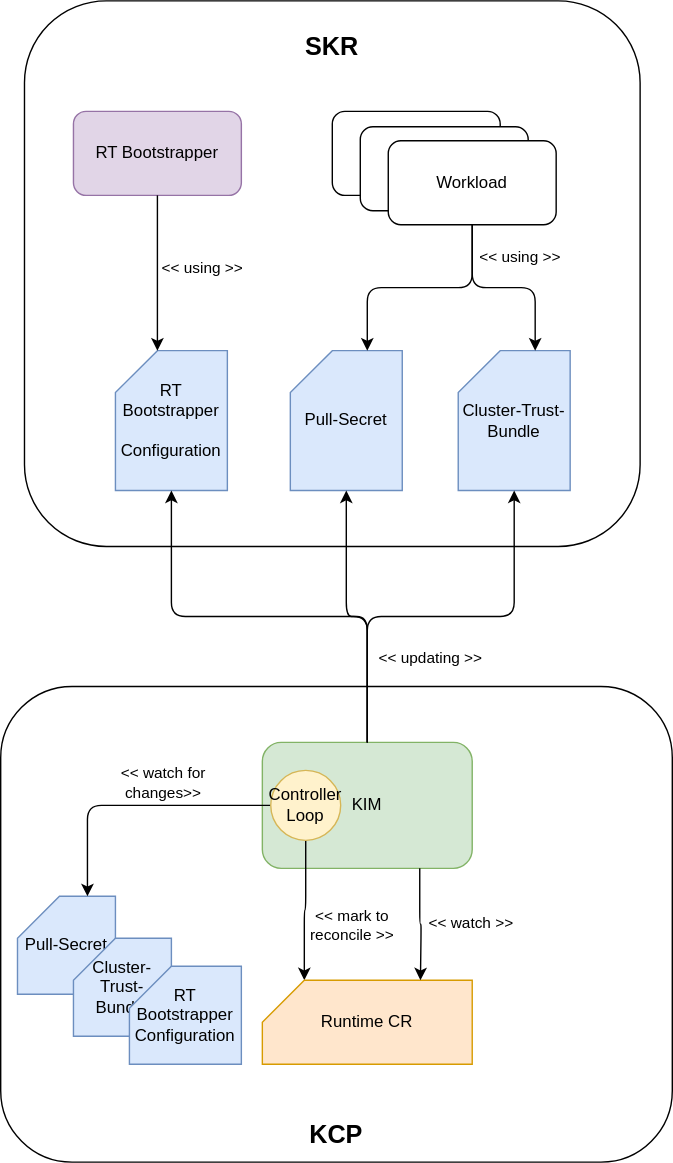
The draw.io diagram docs/contributor/assets/old-arch-rt-bootstrapper.drawio.svg in akgalwas/rt-bootstrapper, before a commit. Source tidied: cells renumbered, new cells last; positions are measured from the earlier drawing's top-left corner, leaving out a move shared by most shapes.
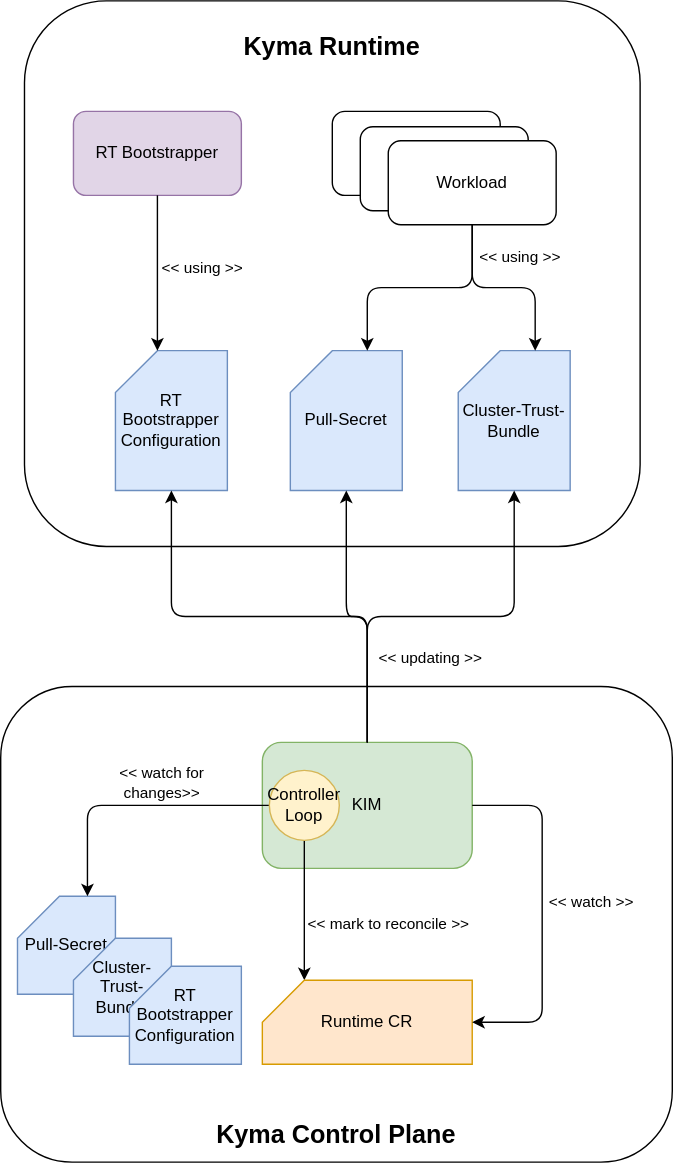
After the change.

Commit message:
Fix style issues in diagram

Change to the diagram source:
```diff
@@ -2,19 +2,19 @@
   <root>
     <mxCell id="0" />
     <mxCell id="1" parent="0" />
-    <mxCell id="2" value="&lt;div&gt;&lt;br&gt;&lt;/div&gt;&lt;div&gt;&lt;br&gt;&lt;/div&gt;&lt;div&gt;&lt;br&gt;&lt;/div&gt;&lt;div&gt;&lt;br&gt;&lt;/div&gt;&lt;div&gt;&lt;br&gt;&lt;/div&gt;&lt;div&gt;&lt;br&gt;&lt;/div&gt;&lt;div&gt;&lt;br&gt;&lt;/div&gt;&lt;div&gt;&lt;br&gt;&lt;/div&gt;&lt;div&gt;&lt;br&gt;&lt;/div&gt;&lt;div&gt;&lt;br&gt;&lt;/div&gt;&lt;div&gt;&lt;br&gt;&lt;/div&gt;&lt;div&gt;&lt;br&gt;&lt;/div&gt;&lt;div&gt;&lt;br&gt;&lt;/div&gt;&lt;div&gt;&lt;br&gt;&lt;/div&gt;&lt;div&gt;&lt;br&gt;&lt;/div&gt;&lt;div&gt;&lt;br&gt;&lt;/div&gt;&lt;div&gt;&lt;br&gt;&lt;/div&gt;&lt;div&gt;&lt;br&gt;&lt;/div&gt;&lt;div&gt;&lt;br&gt;&lt;/div&gt;&lt;div&gt;&lt;br&gt;&lt;/div&gt;&lt;div&gt;&lt;br&gt;&lt;/div&gt;&lt;div&gt;&lt;font style=&quot;font-size: 18px;&quot;&gt;&lt;b style=&quot;&quot;&gt;KCP&lt;/b&gt;&lt;/font&gt;&lt;/div&gt;" style="rounded=1;whiteSpace=wrap;html=1;" parent="1" vertex="1">
+    <mxCell id="2" value="&lt;div&gt;&lt;br&gt;&lt;/div&gt;&lt;div&gt;&lt;br&gt;&lt;/div&gt;&lt;div&gt;&lt;br&gt;&lt;/div&gt;&lt;div&gt;&lt;br&gt;&lt;/div&gt;&lt;div&gt;&lt;br&gt;&lt;/div&gt;&lt;div&gt;&lt;br&gt;&lt;/div&gt;&lt;div&gt;&lt;br&gt;&lt;/div&gt;&lt;div&gt;&lt;br&gt;&lt;/div&gt;&lt;div&gt;&lt;br&gt;&lt;/div&gt;&lt;div&gt;&lt;br&gt;&lt;/div&gt;&lt;div&gt;&lt;br&gt;&lt;/div&gt;&lt;div&gt;&lt;br&gt;&lt;/div&gt;&lt;div&gt;&lt;br&gt;&lt;/div&gt;&lt;div&gt;&lt;br&gt;&lt;/div&gt;&lt;div&gt;&lt;br&gt;&lt;/div&gt;&lt;div&gt;&lt;br&gt;&lt;/div&gt;&lt;div&gt;&lt;br&gt;&lt;/div&gt;&lt;div&gt;&lt;br&gt;&lt;/div&gt;&lt;div&gt;&lt;br&gt;&lt;/div&gt;&lt;div&gt;&lt;br&gt;&lt;/div&gt;&lt;div&gt;&lt;br&gt;&lt;/div&gt;&lt;div&gt;&lt;font style=&quot;font-size: 18px;&quot;&gt;&lt;b style=&quot;&quot;&gt;Kyma Control Plane&lt;/b&gt;&lt;/font&gt;&lt;/div&gt;" style="rounded=1;whiteSpace=wrap;html=1;" parent="1" vertex="1">
       <mxGeometry y="490" width="480" height="340" as="geometry" />
     </mxCell>
     <mxCell id="3" value="KIM" style="rounded=1;whiteSpace=wrap;html=1;fillColor=#d5e8d4;strokeColor=#82b366;" parent="1" vertex="1">
       <mxGeometry x="187" y="530" width="150" height="90" as="geometry" />
     </mxCell>
-    <mxCell id="4" value="&lt;b&gt;&lt;font style=&quot;font-size: 18px;&quot;&gt;SKR&lt;/font&gt;&lt;/b&gt;&lt;div&gt;&lt;b&gt;&lt;font style=&quot;font-size: 18px;&quot;&gt;&lt;br&gt;&lt;/font&gt;&lt;/b&gt;&lt;/div&gt;&lt;div&gt;&lt;b&gt;&lt;font style=&quot;font-size: 18px;&quot;&gt;&lt;br&gt;&lt;/font&gt;&lt;/b&gt;&lt;/div&gt;&lt;div&gt;&lt;b&gt;&lt;font style=&quot;font-size: 18px;&quot;&gt;&lt;br&gt;&lt;/font&gt;&lt;/b&gt;&lt;/div&gt;&lt;div&gt;&lt;b&gt;&lt;font style=&quot;font-size: 18px;&quot;&gt;&lt;br&gt;&lt;/font&gt;&lt;/b&gt;&lt;/div&gt;&lt;div&gt;&lt;b&gt;&lt;font style=&quot;font-size: 18px;&quot;&gt;&lt;br&gt;&lt;/font&gt;&lt;/b&gt;&lt;/div&gt;&lt;div&gt;&lt;b&gt;&lt;font style=&quot;font-size: 18px;&quot;&gt;&lt;br&gt;&lt;/font&gt;&lt;/b&gt;&lt;/div&gt;&lt;div&gt;&lt;b&gt;&lt;font style=&quot;font-size: 18px;&quot;&gt;&lt;br&gt;&lt;/font&gt;&lt;/b&gt;&lt;/div&gt;&lt;div&gt;&lt;b&gt;&lt;font style=&quot;font-size: 18px;&quot;&gt;&lt;br&gt;&lt;/font&gt;&lt;/b&gt;&lt;/div&gt;&lt;div&gt;&lt;b&gt;&lt;font style=&quot;font-size: 18px;&quot;&gt;&lt;br&gt;&lt;/font&gt;&lt;/b&gt;&lt;/div&gt;&lt;div&gt;&lt;b&gt;&lt;font style=&quot;font-size: 18px;&quot;&gt;&lt;br&gt;&lt;/font&gt;&lt;/b&gt;&lt;/div&gt;&lt;div&gt;&lt;b&gt;&lt;font style=&quot;font-size: 18px;&quot;&gt;&lt;br&gt;&lt;/font&gt;&lt;/b&gt;&lt;/div&gt;&lt;div&gt;&lt;b&gt;&lt;font style=&quot;font-size: 18px;&quot;&gt;&lt;br&gt;&lt;/font&gt;&lt;/b&gt;&lt;/div&gt;&lt;div&gt;&lt;b&gt;&lt;font style=&quot;font-size: 18px;&quot;&gt;&lt;br&gt;&lt;/font&gt;&lt;/b&gt;&lt;/div&gt;&lt;div&gt;&lt;b&gt;&lt;font style=&quot;font-size: 18px;&quot;&gt;&lt;br&gt;&lt;/font&gt;&lt;/b&gt;&lt;/div&gt;&lt;div&gt;&lt;b&gt;&lt;font style=&quot;font-size: 18px;&quot;&gt;&lt;br&gt;&lt;/font&gt;&lt;/b&gt;&lt;/div&gt;" style="rounded=1;whiteSpace=wrap;html=1;" parent="1" vertex="1">
+    <mxCell id="4" value="&lt;b&gt;&lt;font style=&quot;font-size: 18px;&quot;&gt;Kyma Runtime&lt;/font&gt;&lt;/b&gt;&lt;div&gt;&lt;b&gt;&lt;font style=&quot;font-size: 18px;&quot;&gt;&lt;br&gt;&lt;/font&gt;&lt;/b&gt;&lt;/div&gt;&lt;div&gt;&lt;b&gt;&lt;font style=&quot;font-size: 18px;&quot;&gt;&lt;br&gt;&lt;/font&gt;&lt;/b&gt;&lt;/div&gt;&lt;div&gt;&lt;b&gt;&lt;font style=&quot;font-size: 18px;&quot;&gt;&lt;br&gt;&lt;/font&gt;&lt;/b&gt;&lt;/div&gt;&lt;div&gt;&lt;b&gt;&lt;font style=&quot;font-size: 18px;&quot;&gt;&lt;br&gt;&lt;/font&gt;&lt;/b&gt;&lt;/div&gt;&lt;div&gt;&lt;b&gt;&lt;font style=&quot;font-size: 18px;&quot;&gt;&lt;br&gt;&lt;/font&gt;&lt;/b&gt;&lt;/div&gt;&lt;div&gt;&lt;b&gt;&lt;font style=&quot;font-size: 18px;&quot;&gt;&lt;br&gt;&lt;/font&gt;&lt;/b&gt;&lt;/div&gt;&lt;div&gt;&lt;b&gt;&lt;font style=&quot;font-size: 18px;&quot;&gt;&lt;br&gt;&lt;/font&gt;&lt;/b&gt;&lt;/div&gt;&lt;div&gt;&lt;b&gt;&lt;font style=&quot;font-size: 18px;&quot;&gt;&lt;br&gt;&lt;/font&gt;&lt;/b&gt;&lt;/div&gt;&lt;div&gt;&lt;b&gt;&lt;font style=&quot;font-size: 18px;&quot;&gt;&lt;br&gt;&lt;/font&gt;&lt;/b&gt;&lt;/div&gt;&lt;div&gt;&lt;b&gt;&lt;font style=&quot;font-size: 18px;&quot;&gt;&lt;br&gt;&lt;/font&gt;&lt;/b&gt;&lt;/div&gt;&lt;div&gt;&lt;b&gt;&lt;font style=&quot;font-size: 18px;&quot;&gt;&lt;br&gt;&lt;/font&gt;&lt;/b&gt;&lt;/div&gt;&lt;div&gt;&lt;b&gt;&lt;font style=&quot;font-size: 18px;&quot;&gt;&lt;br&gt;&lt;/font&gt;&lt;/b&gt;&lt;/div&gt;&lt;div&gt;&lt;b&gt;&lt;font style=&quot;font-size: 18px;&quot;&gt;&lt;br&gt;&lt;/font&gt;&lt;/b&gt;&lt;/div&gt;&lt;div&gt;&lt;b&gt;&lt;font style=&quot;font-size: 18px;&quot;&gt;&lt;br&gt;&lt;/font&gt;&lt;/b&gt;&lt;/div&gt;&lt;div&gt;&lt;b&gt;&lt;font style=&quot;font-size: 18px;&quot;&gt;&lt;br&gt;&lt;/font&gt;&lt;/b&gt;&lt;/div&gt;" style="rounded=1;whiteSpace=wrap;html=1;" parent="1" vertex="1">
       <mxGeometry x="17" width="440" height="390" as="geometry" />
     </mxCell>
     <mxCell id="5" value="RT Bootstrapper" style="rounded=1;whiteSpace=wrap;html=1;fillColor=#e1d5e7;strokeColor=#9673a6;" parent="1" vertex="1">
       <mxGeometry x="52" y="79" width="120" height="60" as="geometry" />
     </mxCell>
-    <mxCell id="6" value="RT&lt;br&gt;Bootstrapper&lt;br&gt;&lt;br&gt;&lt;div&gt;Configuration&lt;/div&gt;" style="shape=card;whiteSpace=wrap;html=1;fillColor=#dae8fc;strokeColor=#6c8ebf;" parent="1" vertex="1">
+    <mxCell id="6" value="RT&lt;br&gt;Bootstrapper&lt;br&gt;&lt;div&gt;Configuration&lt;/div&gt;" style="shape=card;whiteSpace=wrap;html=1;fillColor=#dae8fc;strokeColor=#6c8ebf;" parent="1" vertex="1">
       <mxGeometry x="82" y="250" width="80" height="100" as="geometry" />
     </mxCell>
     <mxCell id="7" value="&amp;lt;&amp;lt; updating &amp;gt;&amp;gt;" style="edgeStyle=orthogonalEdgeStyle;rounded=1;jettySize=auto;html=1;exitX=0.5;exitY=0;exitDx=0;exitDy=0;entryX=0.5;entryY=1;entryDx=0;entryDy=0;entryPerimeter=0;curved=0;" parent="1" edge="1" source="3" target="6">
@@ -77,28 +77,31 @@
         <mxPoint y="-19" as="offset" />
       </mxGeometry>
     </mxCell>
-    <mxCell id="25" style="edgeStyle=orthogonalEdgeStyle;rounded=1;jettySize=auto;html=1;exitX=0.5;exitY=1;exitDx=0;exitDy=0;entryX=0;entryY=0;entryDx=30;entryDy=0;entryPerimeter=0;curved=0;" parent="1" edge="1" source="27" target="28">
+    <mxCell id="25" style="edgeStyle=orthogonalEdgeStyle;rounded=1;jettySize=auto;html=1;exitX=0.5;exitY=1;exitDx=0;exitDy=0;curved=0;entryX=0;entryY=0;entryDx=30;entryDy=0;entryPerimeter=0;" parent="1" edge="1" source="27" target="28">
       <mxGeometry relative="1" as="geometry" />
     </mxCell>
-    <mxCell id="26" value="&amp;lt;&amp;lt; mark to &lt;br&gt;reconcile &amp;gt;&amp;gt;" style="edgeLabel;html=1;align=center;verticalAlign=middle;" parent="25" vertex="1">
+    <mxCell id="26" value="&amp;lt;&amp;lt; mark to reconcile &amp;gt;&amp;gt;" style="edgeLabel;html=1;align=center;verticalAlign=middle;" parent="25" vertex="1">
       <mxGeometry x="-0.21" y="2" relative="1" as="geometry">
-        <mxPoint x="30" y="20" as="offset" />
+        <mxPoint x="57" y="20" as="offset" />
       </mxGeometry>
     </mxCell>
     <mxCell id="27" value="Controller&lt;br&gt;Loop" style="ellipse;whiteSpace=wrap;html=1;fillColor=#fff2cc;strokeColor=#d6b656;" parent="1" vertex="1">
-      <mxGeometry x="193" y="550" width="50" height="50" as="geometry" />
+      <mxGeometry x="192" y="550" width="50" height="50" as="geometry" />
     </mxCell>
     <mxCell id="28" value="Runtime CR" style="shape=card;whiteSpace=wrap;html=1;fillColor=#ffe6cc;strokeColor=#d79b00;" parent="1" vertex="1">
       <mxGeometry x="187" y="700" width="150" height="60" as="geometry" />
     </mxCell>
-    <mxCell id="29" style="edgeStyle=orthogonalEdgeStyle;rounded=1;jettySize=auto;html=1;exitX=0.75;exitY=1;exitDx=0;exitDy=0;curved=0;" parent="1" edge="1" source="3">
+    <mxCell id="29" style="edgeStyle=orthogonalEdgeStyle;rounded=1;jettySize=auto;html=1;exitX=1;exitY=0.5;exitDx=0;exitDy=0;curved=0;entryX=1;entryY=0.5;entryDx=0;entryDy=0;entryPerimeter=0;" parent="1" edge="1" source="3" target="28">
       <mxGeometry relative="1" as="geometry">
-        <mxPoint x="300" y="700" as="targetPoint" />
+        <Array as="points">
+          <mxPoint x="387" y="575" />
+          <mxPoint x="387" y="730" />
+        </Array>
       </mxGeometry>
     </mxCell>
     <mxCell id="30" value="&amp;lt;&amp;lt; watch &amp;gt;&amp;gt;" style="edgeLabel;html=1;align=center;verticalAlign=middle;" parent="29" vertex="1">
       <mxGeometry x="-0.07" y="-1" relative="1" as="geometry">
-        <mxPoint x="37" as="offset" />
+        <mxPoint x="35" as="offset" />
       </mxGeometry>
     </mxCell>
   </root>
```
